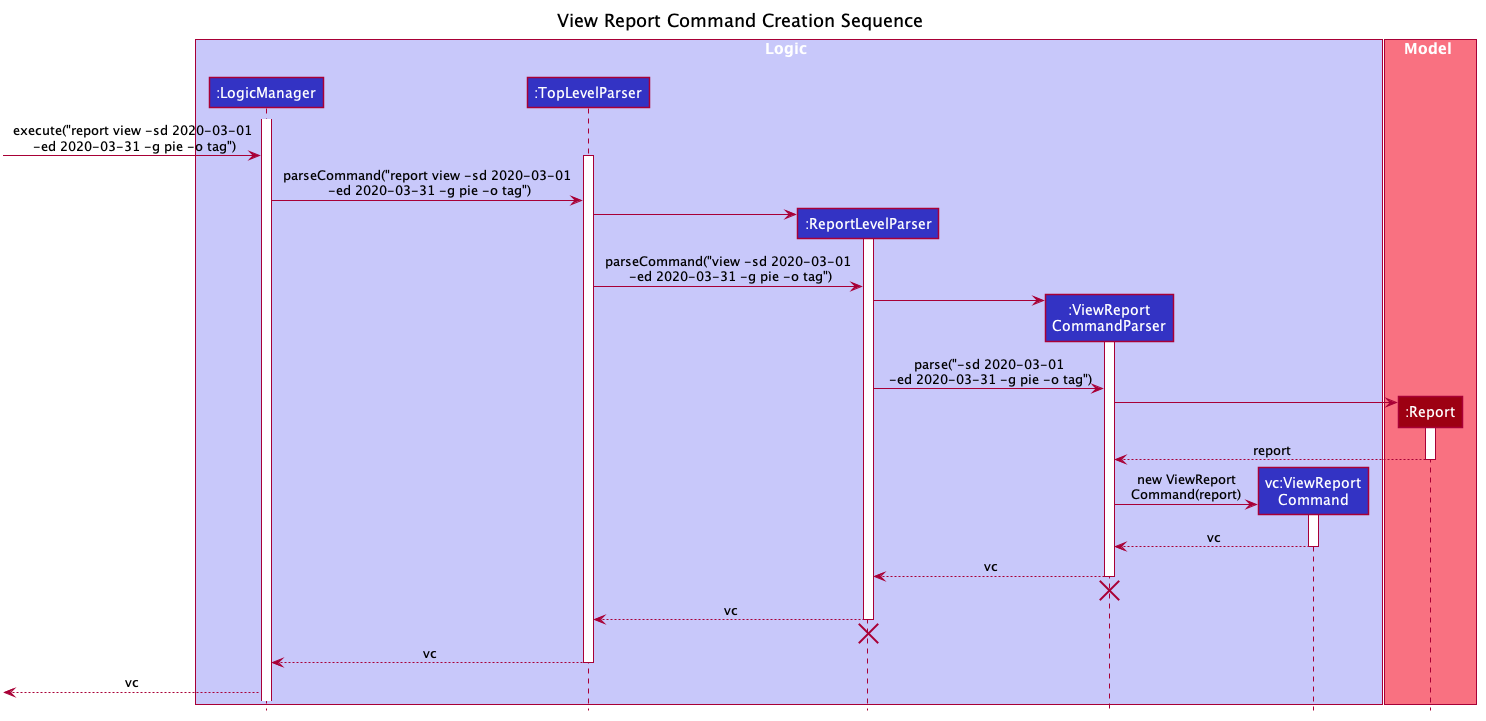
Above: images/ReportViewCreation.png in AY1920S2-CS2103T-T10-3/main (PlantUML), before the change. Its diagram source:
```plantuml
@startuml








skinparam BackgroundColor #FFFFFFF

skinparam Shadowing false

skinparam Class {
    FontColor #FFFFFF
    BorderThickness 1
    BorderColor #FFFFFF
    StereotypeFontColor #FFFFFF
    FontName Arial
}

skinparam Actor {
    BorderColor #000000
    Color #000000
    FontName Arial
}

skinparam Sequence {
    MessageAlign center
    BoxFontSize 15
    BoxPadding 0
    BoxFontColor #FFFFFF
    FontName Arial
}

skinparam Participant {
    FontColor #FFFFFFF
    Padding 20
}

skinparam TextColor {
    FontColor #FFFFFF
}

skinparam MinClassWidth 50
skinparam ParticipantPadding 10
skinparam Shadowing false
skinparam DefaultTextAlignment center
skinparam packageStyle Rectangle

hide footbox
hide members
hide circle
title View Report Command Creation Sequence
box Logic #C8C8FA
participant ":LogicManager" as LogicManager #3333C4
participant ":TopLevelParser" as TopLevelParser #3333C4
participant ":ReportLevelParser" as ReportLevelParser #3333C4
participant ":ViewReport\nCommandParser" as ViewReportCommandParser #3333C4
participant "vc:ViewReport\nCommand" as ViewReportCommand #3333C4
end box

box Model #F97181
participant ":Report" as Report #9D0012
end box
activate LogicManager
[-> LogicManager: execute("report view -sd 2020-03-01\n -ed 2020-03-31 -g pie -o tag")
activate TopLevelParser
LogicManager -> TopLevelParser : parseCommand("report view -sd 2020-03-01\n -ed 2020-03-31 -g pie -o tag")
create ReportLevelParser
TopLevelParser  -> ReportLevelParser
activate ReportLevelParser
TopLevelParser -> ReportLevelParser : parseCommand("view -sd 2020-03-01\n -ed 2020-03-31 -g pie -o tag")
create ViewReportCommandParser
ReportLevelParser -> ViewReportCommandParser
activate ViewReportCommandParser
ReportLevelParser -> ViewReportCommandParser : parse("-sd 2020-03-01\n -ed 2020-03-31 -g pie -o tag")
create Report
ViewReportCommandParser -> Report
activate Report
Report ---> ViewReportCommandParser : report
deactivate Report
create ViewReportCommand
ViewReportCommandParser -> ViewReportCommand : new ViewReport\nCommand(report)
activate ViewReportCommand
ViewReportCommand --> ViewReportCommandParser : vc
deactivate ViewReportCommand
ViewReportCommandParser --> ReportLevelParser : vc
deactivate ViewReportCommandParser
[<-[hidden]- ViewReportCommandParser
destroy ViewReportCommandParser
ReportLevelParser --> TopLevelParser :vc
deactivate ReportLevelParser
ReportLevelParser -[hidden]-> TopLevelParser
destroy ReportLevelParser
TopLevelParser --> LogicManager:vc
deactivate TopLevelParser
[<-- LogicManager : vc


@enduml
```
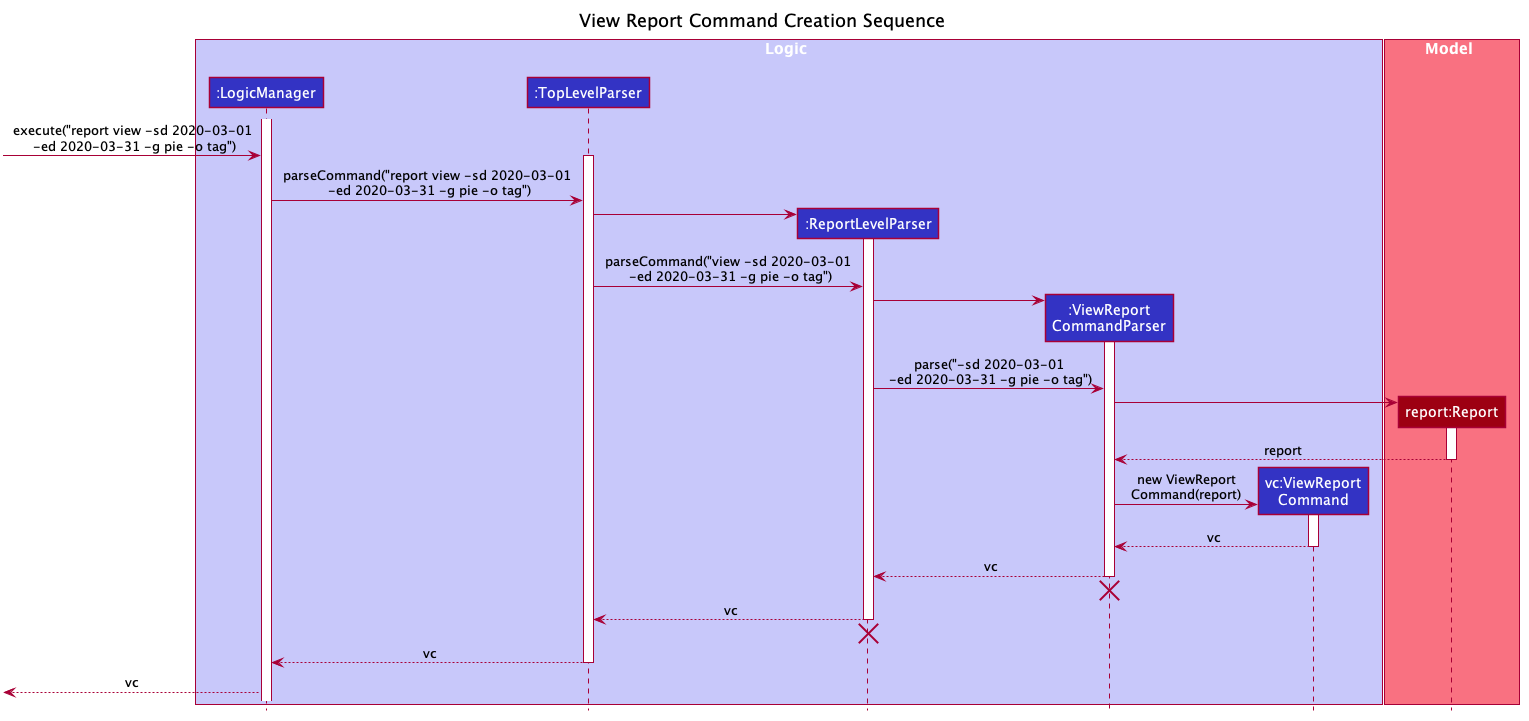
After the change.

What changed in the source:
```diff
@@ -61,7 +61,7 @@
 end box
 
 box Model #F97181
-participant ":Report" as Report #9D0012
+participant "report:Report" as Report #9D0012
 end box
 activate LogicManager
 [-> LogicManager: execute("report view -sd 2020-03-01\n -ed 2020-03-31 -g pie -o tag")
```
